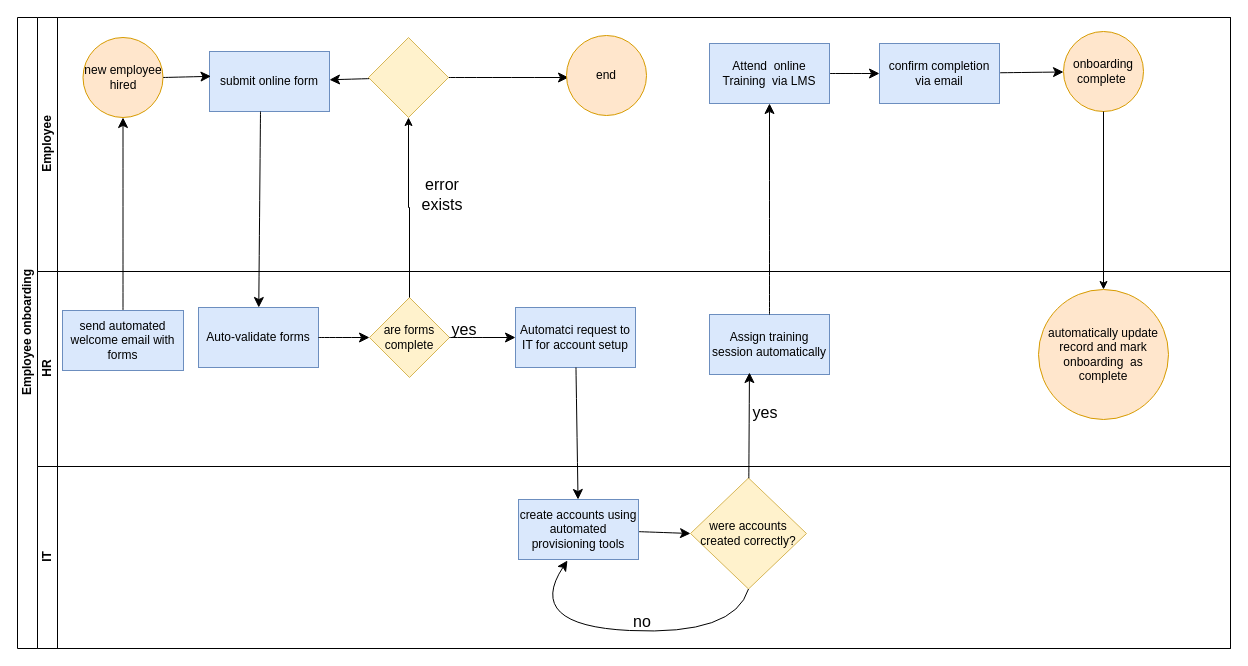
This is EliThomas.drawio from Tiedaman33/zero_day, a draw.io file, before an edit. Source tidied: cells renumbered, new cells numbered last; positions are measured from the earlier drawing's top-left corner, leaving out a move shared by most shapes. Both pictures are drawn from the tidied source at 100%, with x=0, y=0 at pixel (17, 17).
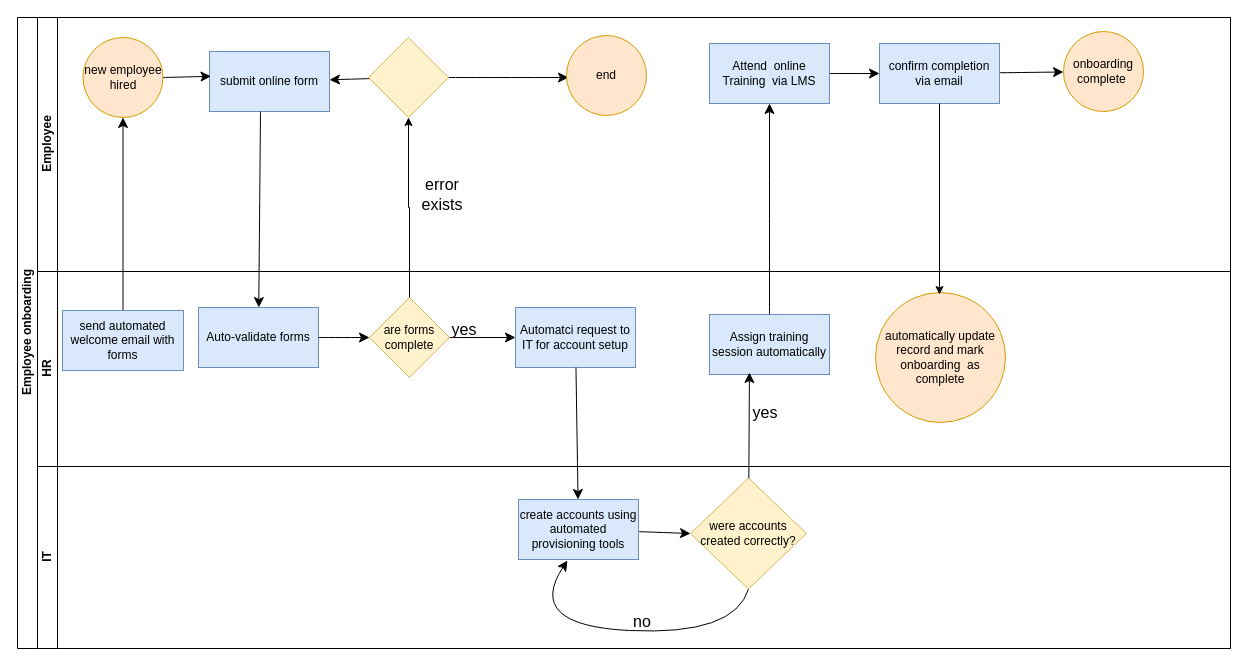
After the change.

The change refers to these unchanged cells:
```xml
<mxCell id="2" value="Employee onboarding" style="swimlane;horizontal=0;startSize=20;html=1;" parent="1" vertex="1">
  <mxGeometry width="1213" height="631" as="geometry" />
</mxCell>
<mxCell id="15" value="confirm completion via email" style="whiteSpace=wrap;html=1;rounded=0;fillColor=#dae8fc;strokeColor=#6c8ebf;" parent="3" vertex="1">
  <mxGeometry x="842" y="26" width="120" height="60" as="geometry" />
</mxCell>
<mxCell id="16" value="onboarding complete&amp;nbsp;" style="ellipse;whiteSpace=wrap;html=1;rounded=0;fillColor=#ffe6cc;strokeColor=#d79b00;" parent="3" vertex="1">
  <mxGeometry x="1026" y="14" width="80" height="80" as="geometry" />
</mxCell>
<mxCell id="19" value="HR" style="swimlane;startSize=20;horizontal=0;html=1;" parent="2" vertex="1">
  <mxGeometry x="20" y="254" width="1193" height="195" as="geometry" />
</mxCell>
```

Change to the diagram source:
```diff
@@
     <mxCell id="29" value="automatically update record and mark onboarding&amp;nbsp; as complete" style="ellipse;whiteSpace=wrap;html=1;rounded=0;fillColor=#ffe6cc;strokeColor=#d79b00;" parent="19" vertex="1">
-      <mxGeometry x="1001" y="18" width="130" height="130" as="geometry" />
+      <mxGeometry x="838" y="21" width="130" height="130" as="geometry" />
     </mxCell>
@@
-    <mxCell id="39" style="edgeStyle=orthogonalEdgeStyle;rounded=0;jettySize=auto;html=1;" parent="2" edge="1" source="16" target="29">
-      <mxGeometry relative="1" as="geometry" />
-    </mxCell>
@@
+    <mxCell id="41" style="edgeStyle=orthogonalEdgeStyle;rounded=0;jettySize=auto;html=1;" parent="2" edge="1" source="15">
+      <mxGeometry relative="1" as="geometry">
+        <mxPoint x="922" y="277" as="targetPoint" />
+      </mxGeometry>
+    </mxCell>
```
